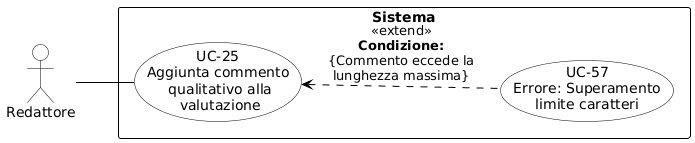
Earlier version of the PlantUML export RTB/Analisi dei Requisiti/diagrammi_use_case/UC-25.png (aLittleByte-19/Documentazione).
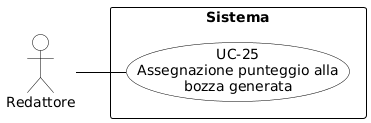
After the change.

Diff of the diagram source:
```diff
@@ -19,14 +19,11 @@
     FontStyle bold
 }
 
-actor "Redattore" as R
+actor "Redattore" as redattore
 
 rectangle "Sistema" {
-    usecase "UC-25\nAggiunta commento\n qualitativo alla\n valutazione" as UC25
-    usecase "UC-57\nErrore: Superamento\nlimite caratteri" as UC57
-
-    UC25 <.. UC57 : <<extend>>\n**Condizione:**\n{Commento eccede la\nlunghezza massima}
+    usecase "UC-25\nAssegnazione punteggio alla\nbozza generata" as UC25
 }
 
-R -- UC25
+redattore -- UC25
 @enduml
```
